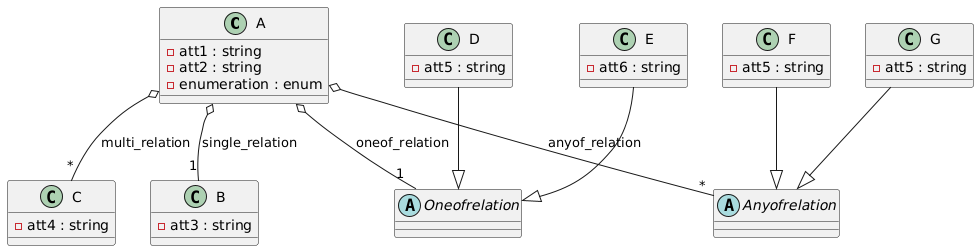
The PlantUML diagram diagram.png in avzdk/openapi2uml, before a commit.
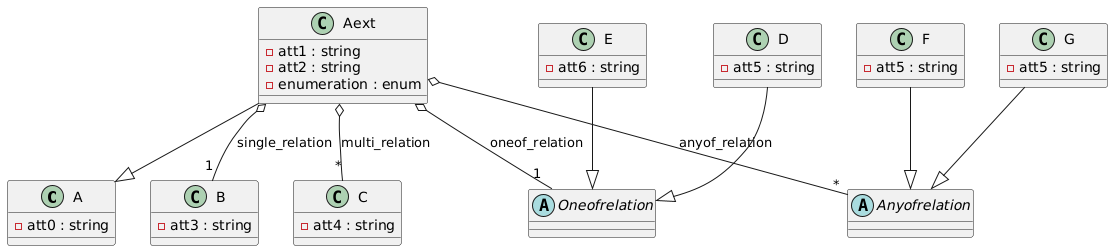
Above is the later version.

Commit message:
allOf som relation

Diff of the diagram source:
```diff
@@ -1,5 +1,8 @@
 @startuml
 class A {
+    -att0 : string
+}
+class Aext {
     -att1 : string
     -att2 : string
     -enumeration : enum
@@ -26,12 +29,13 @@
 }
 abstract class Anyofrelation {
 }
-A o-- "1" B : single_relation
-A o-- "*" C : multi_relation
-A o-- "1" Oneofrelation : oneof_relation
+Aext o-- "1" B : single_relation
+Aext o-- "*" C : multi_relation
+Aext o-- "1" Oneofrelation : oneof_relation
 D --|> Oneofrelation
 E --|> Oneofrelation
-A o-- "*" Anyofrelation : anyof_relation
+Aext o-- "*" Anyofrelation : anyof_relation
 F --|> Anyofrelation
 G --|> Anyofrelation
+Aext --|> A
 @enduml
```
